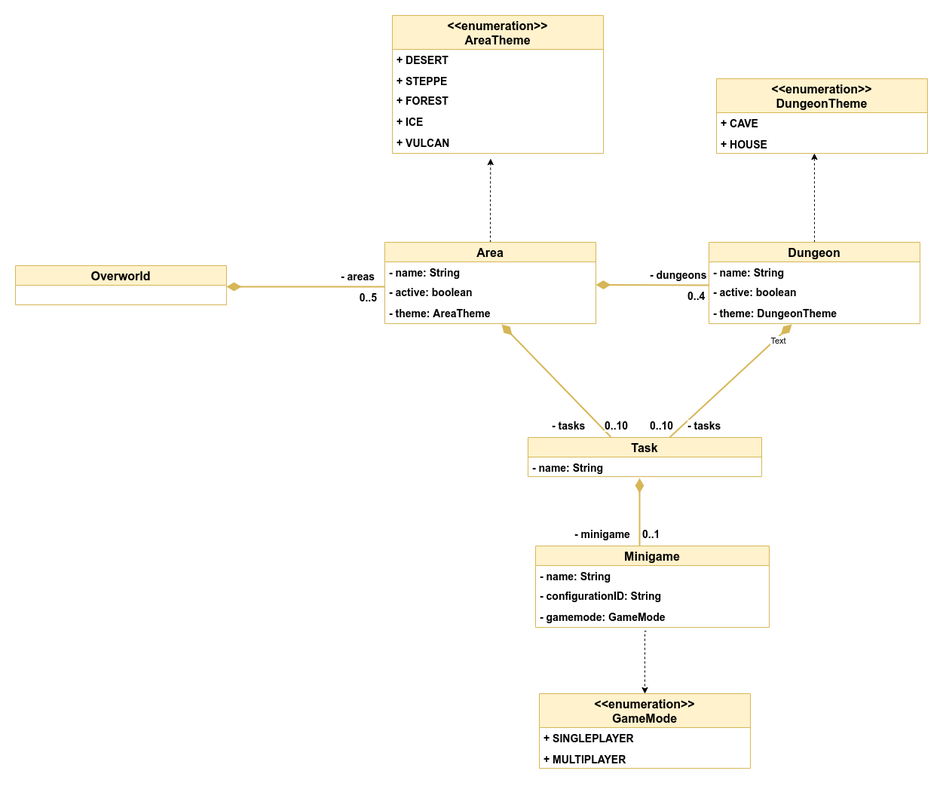
Before: dev-manuals/services/overworld/class-diagram/overworld-class-diagram.png, a diagram exported from draw.io (Gamify-IT/docs). Source tidied: cells renumbered, new cells last; positions are measured from the earlier drawing's top-left corner, leaving out a move shared by most shapes.
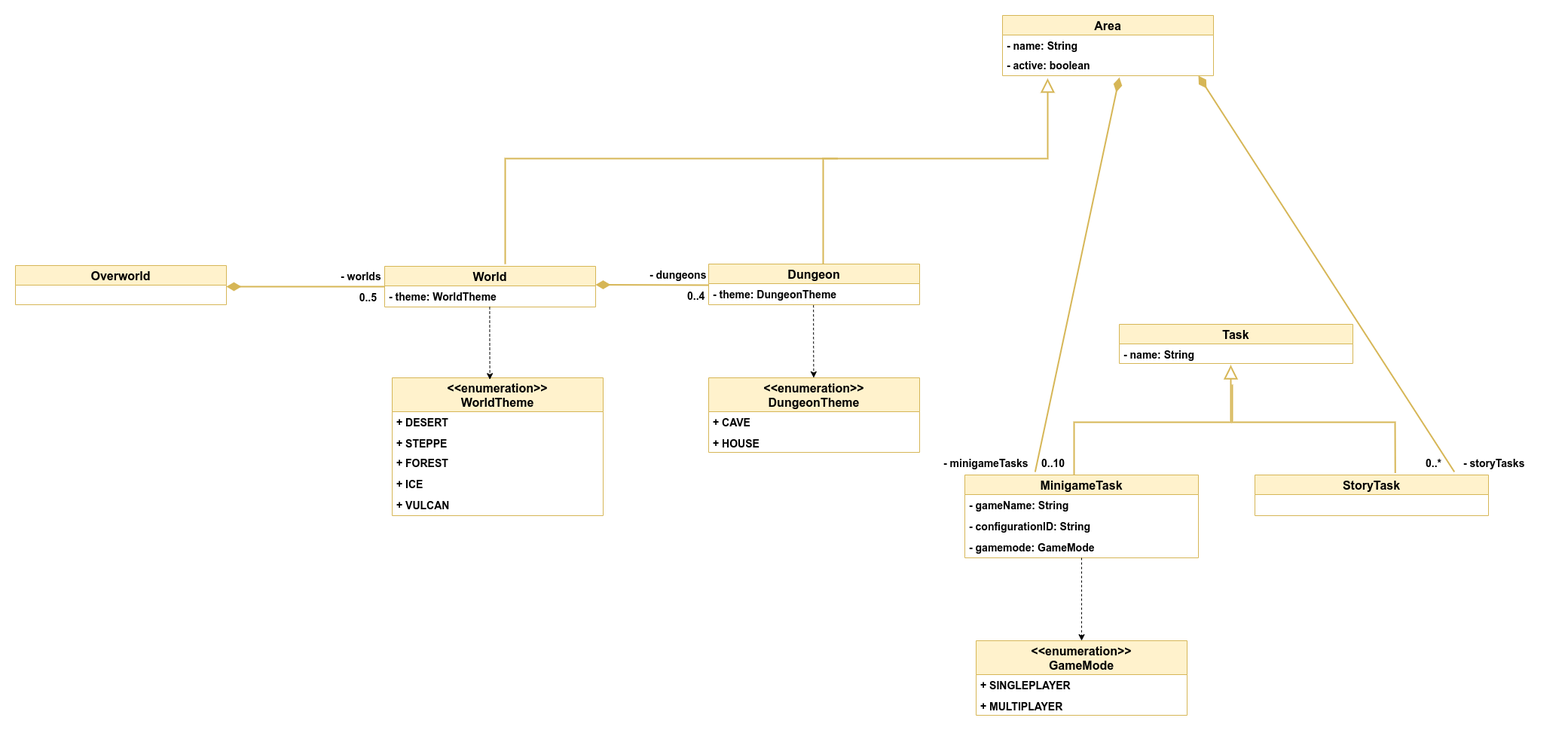
The same diagram one commit later.

Commit message:
changed to uwe's feedback

Diff of the diagram source:
```diff
@@ -7,18 +7,7 @@
     </mxCell>
-    <mxCell id="3" style="edgeStyle=orthogonalEdgeStyle;rounded=0;jettySize=auto;html=1;exitX=0.5;exitY=0;exitDx=0;exitDy=0;dashed=1;" parent="1" edge="1" source="4">
-      <mxGeometry relative="1" as="geometry">
-        <mxPoint x="630.3" y="190" as="targetPoint" />
-      </mxGeometry>
-    </mxCell>
-    <mxCell id="4" value="Area" style="swimlane;fontStyle=1;horizontal=1;startSize=26;fillColor=#fff2cc;strokeColor=#d6b656;fontSize=16;" parent="1" vertex="1">
-      <mxGeometry x="490" y="301" width="280" height="108" as="geometry" />
+    <mxCell id="4" value="World" style="swimlane;fontStyle=1;horizontal=1;startSize=26;fillColor=#fff2cc;strokeColor=#d6b656;fontSize=16;" parent="1" vertex="1">
+      <mxGeometry x="490" y="333" width="280" height="54" as="geometry" />
     </mxCell>
-    <mxCell id="5" value="- name: String " style="text;strokeColor=none;fillColor=none;align=left;verticalAlign=top;spacingLeft=4;spacingRight=4;overflow=hidden;fontStyle=1;fontSize=14;" parent="4" vertex="1">
-      <mxGeometry y="26" width="280" height="26" as="geometry" />
-    </mxCell>
-    <mxCell id="6" value="- active: boolean" style="text;strokeColor=none;fillColor=none;align=left;verticalAlign=top;spacingLeft=4;spacingRight=4;overflow=hidden;fontStyle=1;fontSize=14;" parent="4" vertex="1">
-      <mxGeometry y="52" width="280" height="28" as="geometry" />
-    </mxCell>
-    <mxCell id="7" value="- theme: AreaTheme" style="text;strokeColor=none;fillColor=none;align=left;verticalAlign=top;spacingLeft=4;spacingRight=4;overflow=hidden;points=[[0,0.5],[1,0.5]];portConstraint=eastwest;fontStyle=1;fontSize=14;" parent="4" vertex="1">
-      <mxGeometry y="80" width="280" height="28" as="geometry" />
+    <mxCell id="7" value="- theme: WorldTheme" style="text;strokeColor=none;fillColor=none;align=left;verticalAlign=top;spacingLeft=4;spacingRight=4;overflow=hidden;points=[[0,0.5],[1,0.5]];portConstraint=eastwest;fontStyle=1;fontSize=14;" parent="4" vertex="1">
+      <mxGeometry y="26" width="280" height="28" as="geometry" />
     </mxCell>
@@ -36,16 +25,7 @@
     </mxCell>
-    <mxCell id="10" style="edgeStyle=orthogonalEdgeStyle;rounded=0;jettySize=auto;html=1;dashed=1;entryX=0.464;entryY=1;entryDx=0;entryDy=0;entryPerimeter=0;" parent="1" edge="1" source="11" target="44">
-      <mxGeometry relative="1" as="geometry" />
-    </mxCell>
     <mxCell id="11" value="Dungeon" style="swimlane;fontStyle=1;horizontal=1;startSize=26;fillColor=#fff2cc;strokeColor=#d6b656;fontSize=16;" parent="1" vertex="1">
-      <mxGeometry x="920" y="301" width="280" height="108" as="geometry" />
+      <mxGeometry x="920" y="330" width="280" height="54" as="geometry" />
     </mxCell>
-    <mxCell id="12" value="- name: String " style="text;strokeColor=none;fillColor=none;align=left;verticalAlign=top;spacingLeft=4;spacingRight=4;overflow=hidden;fontStyle=1;fontSize=14;" parent="11" vertex="1">
-      <mxGeometry y="26" width="280" height="26" as="geometry" />
-    </mxCell>
-    <mxCell id="13" value="- active: boolean" style="text;strokeColor=none;fillColor=none;align=left;verticalAlign=top;spacingLeft=4;spacingRight=4;overflow=hidden;fontStyle=1;fontSize=14;" parent="11" vertex="1">
-      <mxGeometry y="52" width="280" height="28" as="geometry" />
-    </mxCell>
     <mxCell id="14" value="- theme: DungeonTheme" style="text;strokeColor=none;fillColor=none;align=left;verticalAlign=top;spacingLeft=4;spacingRight=4;overflow=hidden;points=[[0,0.5],[1,0.5]];portConstraint=eastwest;fontStyle=1;fontSize=14;" parent="11" vertex="1">
-      <mxGeometry y="80" width="280" height="28" as="geometry" />
+      <mxGeometry y="26" width="280" height="28" as="geometry" />
     </mxCell>
@@ -65,3 +45,3 @@
     </mxCell>
-    <mxCell id="18" value="&lt;div style=&quot;text-align: right&quot;&gt;&lt;font face=&quot;helvetica&quot;&gt;&lt;span style=&quot;font-size: 14px ; background-color: rgb(255 , 255 , 255)&quot;&gt;&lt;b&gt;- areas&lt;/b&gt;&lt;/span&gt;&lt;/font&gt;&lt;/div&gt;" style="text;whiteSpace=wrap;html=1;" parent="1" vertex="1">
+    <mxCell id="18" value="&lt;div style=&quot;text-align: right&quot;&gt;&lt;font face=&quot;helvetica&quot;&gt;&lt;span style=&quot;font-size: 14px ; background-color: rgb(255 , 255 , 255)&quot;&gt;&lt;b&gt;- worlds&lt;/b&gt;&lt;/span&gt;&lt;/font&gt;&lt;/div&gt;" style="text;whiteSpace=wrap;html=1;" parent="1" vertex="1">
       <mxGeometry x="430" y="332" width="120" height="30" as="geometry" />
@@ -72,3 +52,3 @@
     <mxCell id="20" value="Task" style="swimlane;fontStyle=1;horizontal=1;startSize=26;fillColor=#fff2cc;strokeColor=#d6b656;fontSize=16;" parent="1" vertex="1">
-      <mxGeometry x="680" y="560" width="310" height="52" as="geometry" />
+      <mxGeometry x="1465" y="410" width="310" height="52" as="geometry" />
     </mxCell>
@@ -77,51 +57,34 @@
     </mxCell>
-    <mxCell id="22" style="endArrow=none;html=1;endSize=12;startArrow=diamondThin;startSize=14;startFill=1;strokeWidth=2;fontSize=14;fillColor=#fff2cc;strokeColor=#d6b656;endFill=0;fontStyle=1;rounded=0;entryX=0.354;entryY=-0.015;entryDx=0;entryDy=0;exitX=0.554;exitY=1.036;exitDx=0;exitDy=0;exitPerimeter=0;entryPerimeter=0;" parent="1" edge="1" source="7" target="20">
+    <mxCell id="22" style="endArrow=none;html=1;endSize=12;startArrow=diamondThin;startSize=14;startFill=1;strokeWidth=2;fontSize=14;fillColor=#fff2cc;strokeColor=#d6b656;endFill=0;fontStyle=1;rounded=0;exitX=0.554;exitY=1.084;exitDx=0;exitDy=0;exitPerimeter=0;entryX=0.301;entryY=-0.037;entryDx=0;entryDy=0;entryPerimeter=0;" parent="1" edge="1" source="52" target="28">
       <mxGeometry relative="1" as="geometry" />
     </mxCell>
-    <mxCell id="23" style="endArrow=none;html=1;endSize=12;startArrow=diamondThin;startSize=14;startFill=1;strokeWidth=2;fontSize=14;fillColor=#fff2cc;strokeColor=#d6b656;endFill=0;fontStyle=1;rounded=0;entryX=0.607;entryY=-0.007;entryDx=0;entryDy=0;entryPerimeter=0;" parent="1" edge="1" target="20">
-      <mxGeometry relative="1" as="geometry">
-        <mxPoint x="1030" y="410" as="sourcePoint" />
-      </mxGeometry>
-    </mxCell>
-    <mxCell id="24" value="Text" style="edgeLabel;html=1;align=center;verticalAlign=middle;" parent="23" vertex="1">
-      <mxGeometry x="-0.74" y="3" relative="1" as="geometry" />
-    </mxCell>
-    <mxCell id="25" value="&lt;span style=&quot;color: rgb(0 , 0 , 0) ; font-family: &amp;#34;helvetica&amp;#34; ; font-size: 14px ; font-style: normal ; font-weight: 700 ; letter-spacing: normal ; text-align: right ; text-indent: 0px ; text-transform: none ; word-spacing: 0px ; background-color: rgb(255 , 255 , 255) ; display: inline ; float: none&quot;&gt;- tasks&lt;/span&gt;" style="text;whiteSpace=wrap;html=1;" parent="1" vertex="1">
-      <mxGeometry x="710" y="530" width="120" height="30" as="geometry" />
+    <mxCell id="25" value="&lt;span style=&quot;color: rgb(0 , 0 , 0) ; font-family: &amp;#34;helvetica&amp;#34; ; font-size: 14px ; font-style: normal ; font-weight: 700 ; letter-spacing: normal ; text-align: right ; text-indent: 0px ; text-transform: none ; word-spacing: 0px ; background-color: rgb(255 , 255 , 255) ; display: inline ; float: none&quot;&gt;- minigameTasks&lt;/span&gt;" style="text;whiteSpace=wrap;html=1;" parent="1" vertex="1">
+      <mxGeometry x="1230" y="580" width="120" height="30" as="geometry" />
     </mxCell>
-    <mxCell id="26" value="0..10" style="html=1;align=left;verticalAlign=top;labelBackgroundColor=#ffffff;fontSize=14;fontStyle=1;" parent="1" vertex="1">
-      <mxGeometry x="780" y="530" as="geometry" />
-    </mxCell>
     <mxCell id="27" value="0..10" style="html=1;align=left;verticalAlign=top;labelBackgroundColor=#ffffff;fontSize=14;fontStyle=1;" parent="1" vertex="1">
-      <mxGeometry x="840" y="530" as="geometry" />
+      <mxGeometry x="1360" y="580" as="geometry" />
     </mxCell>
-    <mxCell id="28" value="Minigame" style="swimlane;fontStyle=1;horizontal=1;startSize=26;fillColor=#fff2cc;strokeColor=#d6b656;fontSize=16;" parent="1" vertex="1">
-      <mxGeometry x="690" y="704" width="310" height="108" as="geometry" />
+    <mxCell id="28" value="MinigameTask" style="swimlane;fontStyle=1;horizontal=1;startSize=26;fillColor=#fff2cc;strokeColor=#d6b656;fontSize=16;" parent="1" vertex="1">
+      <mxGeometry x="1260" y="610" width="310" height="110" as="geometry" />
     </mxCell>
-    <mxCell id="29" value="- name: String" style="text;strokeColor=none;fillColor=none;align=left;verticalAlign=top;spacingLeft=4;spacingRight=4;overflow=hidden;fontStyle=1;fontSize=14;" parent="28" vertex="1">
-      <mxGeometry y="26" width="310" height="26" as="geometry" />
-    </mxCell>
+    <mxCell id="49" value="- gameName: String" style="text;strokeColor=none;fillColor=none;align=left;verticalAlign=top;spacingLeft=4;spacingRight=4;overflow=hidden;fontStyle=1;fontSize=14;" parent="28" vertex="1">
+      <mxGeometry y="26" width="310" height="28" as="geometry" />
+    </mxCell>
     <mxCell id="30" value="- configurationID: String" style="text;strokeColor=none;fillColor=none;align=left;verticalAlign=top;spacingLeft=4;spacingRight=4;overflow=hidden;fontStyle=1;fontSize=14;" parent="28" vertex="1">
-      <mxGeometry y="52" width="310" height="28" as="geometry" />
+      <mxGeometry y="54" width="310" height="28" as="geometry" />
     </mxCell>
     <mxCell id="31" value="- gamemode: GameMode" style="text;strokeColor=none;fillColor=none;align=left;verticalAlign=top;spacingLeft=4;spacingRight=4;overflow=hidden;points=[[0,0.5],[1,0.5]];portConstraint=eastwest;fontStyle=1;fontSize=14;" parent="28" vertex="1">
-      <mxGeometry y="80" width="310" height="28" as="geometry" />
+      <mxGeometry y="82" width="310" height="28" as="geometry" />
     </mxCell>
-    <mxCell id="32" style="endArrow=none;html=1;endSize=12;startArrow=diamondThin;startSize=14;startFill=1;strokeWidth=2;fontSize=14;fillColor=#fff2cc;strokeColor=#d6b656;endFill=0;fontStyle=1;rounded=0;entryX=0.607;entryY=-0.007;entryDx=0;entryDy=0;entryPerimeter=0;" parent="1" edge="1">
+    <mxCell id="32" style="endArrow=none;html=1;endSize=12;startArrow=block;startSize=14;startFill=0;strokeWidth=2;fontSize=14;fillColor=#fff2cc;strokeColor=#d6b656;endFill=0;fontStyle=1;rounded=0;entryX=0.468;entryY=0;entryDx=0;entryDy=0;entryPerimeter=0;" parent="1" edge="1" target="28">
       <mxGeometry relative="1" as="geometry">
-        <mxPoint x="828" y="614" as="sourcePoint" />
-        <mxPoint x="828" y="704" as="targetPoint" />
+        <mxPoint x="1613" y="464" as="sourcePoint" />
+        <Array as="points">
+          <mxPoint x="1613" y="540" />
+          <mxPoint x="1405" y="540" />
+        </Array>
       </mxGeometry>
     </mxCell>
-    <mxCell id="33" value="0..1" style="html=1;align=left;verticalAlign=top;labelBackgroundColor=#ffffff;fontSize=14;fontStyle=1;" parent="1" vertex="1">
-      <mxGeometry x="830" y="674" as="geometry" />
-    </mxCell>
-    <mxCell id="34" value="&lt;span style=&quot;color: rgb(0 , 0 , 0) ; font-family: &amp;#34;helvetica&amp;#34; ; font-size: 14px ; font-style: normal ; font-weight: 700 ; letter-spacing: normal ; text-align: right ; text-indent: 0px ; text-transform: none ; word-spacing: 0px ; background-color: rgb(255 , 255 , 255) ; display: inline ; float: none&quot;&gt;- minigame&lt;/span&gt;" style="text;whiteSpace=wrap;html=1;" parent="1" vertex="1">
-      <mxGeometry x="740" y="674" width="80" height="30" as="geometry" />
-    </mxCell>
-    <mxCell id="35" value="&lt;meta charset=&quot;utf-8&quot;&gt;&lt;span style=&quot;color: rgb(0, 0, 0); font-family: helvetica; font-size: 14px; font-style: normal; font-weight: 700; letter-spacing: normal; text-align: right; text-indent: 0px; text-transform: none; word-spacing: 0px; background-color: rgb(255, 255, 255); display: inline; float: none;&quot;&gt;- tasks&lt;/span&gt;" style="text;whiteSpace=wrap;html=1;" parent="1" vertex="1">
-      <mxGeometry x="890" y="530" width="70" height="30" as="geometry" />
-    </mxCell>
-    <mxCell id="36" value="&lt;&lt;enumeration&gt;&gt;&#10;AreaTheme" style="swimlane;fontStyle=1;horizontal=1;startSize=45;fillColor=#fff2cc;strokeColor=#d6b656;fontSize=16;strokeWidth=1;fixDash=0;arcSize=15;" parent="1" vertex="1">
-      <mxGeometry x="500" width="280" height="183" as="geometry" />
+    <mxCell id="36" value="&lt;&lt;enumeration&gt;&gt;&#10;WorldTheme" style="swimlane;fontStyle=1;horizontal=1;startSize=45;fillColor=#fff2cc;strokeColor=#d6b656;fontSize=16;strokeWidth=1;fixDash=0;arcSize=15;" parent="1" vertex="1">
+      <mxGeometry x="500" y="481" width="280" height="183" as="geometry" />
     </mxCell>
@@ -143,3 +106,3 @@
     <mxCell id="42" value="&lt;&lt;enumeration&gt;&gt;&#10;DungeonTheme" style="swimlane;fontStyle=1;horizontal=1;startSize=45;fillColor=#fff2cc;strokeColor=#d6b656;fontSize=16;strokeWidth=1;fixDash=0;arcSize=15;" parent="1" vertex="1">
-      <mxGeometry x="930" y="84" width="280" height="99" as="geometry" />
+      <mxGeometry x="920" y="481" width="280" height="99" as="geometry" />
     </mxCell>
@@ -152,3 +115,3 @@
     <mxCell id="45" value="&lt;&lt;enumeration&gt;&gt;&#10;GameMode" style="swimlane;fontStyle=1;horizontal=1;startSize=45;fillColor=#fff2cc;strokeColor=#d6b656;fontSize=16;strokeWidth=1;fixDash=0;arcSize=15;" parent="1" vertex="1">
-      <mxGeometry x="695" y="900" width="280" height="99" as="geometry" />
+      <mxGeometry x="1275" y="830" width="280" height="99" as="geometry" />
     </mxCell>
@@ -160,6 +123,8 @@
     </mxCell>
-    <mxCell id="48" style="edgeStyle=orthogonalEdgeStyle;rounded=0;jettySize=auto;html=1;dashed=1;entryX=0.5;entryY=0;entryDx=0;entryDy=0;exitX=0.474;exitY=1.179;exitDx=0;exitDy=0;exitPerimeter=0;" parent="1" edge="1" source="31" target="45">
+    <mxCell id="48" style="edgeStyle=orthogonalEdgeStyle;rounded=0;jettySize=auto;html=1;dashed=1;entryX=0.5;entryY=0;entryDx=0;entryDy=0;" parent="1" edge="1" target="45">
       <mxGeometry relative="1" as="geometry">
+        <mxPoint x="1415" y="720" as="sourcePoint" />
         <Array as="points">
-          <mxPoint x="835" y="817" />
+          <mxPoint x="1415" y="720" />
+          <mxPoint x="1415" y="720" />
         </Array>
@@ -167,2 +132,67 @@
     </mxCell>
+    <mxCell id="50" value="Area" style="swimlane;fontStyle=1;horizontal=1;startSize=26;fillColor=#fff2cc;strokeColor=#d6b656;fontSize=16;" parent="1" vertex="1">
+      <mxGeometry x="1310" width="280" height="80" as="geometry" />
+    </mxCell>
+    <mxCell id="51" value="- name: String " style="text;strokeColor=none;fillColor=none;align=left;verticalAlign=top;spacingLeft=4;spacingRight=4;overflow=hidden;fontStyle=1;fontSize=14;" parent="50" vertex="1">
+      <mxGeometry y="26" width="280" height="26" as="geometry" />
+    </mxCell>
+    <mxCell id="52" value="- active: boolean" style="text;strokeColor=none;fillColor=none;align=left;verticalAlign=top;spacingLeft=4;spacingRight=4;overflow=hidden;points=[[0,0.5],[1,0.5]];portConstraint=eastwest;fontStyle=1;fontSize=14;" parent="50" vertex="1">
+      <mxGeometry y="52" width="280" height="28" as="geometry" />
+    </mxCell>
+    <mxCell id="53" value="StoryTask" style="swimlane;fontStyle=1;horizontal=1;startSize=26;fillColor=#fff2cc;strokeColor=#d6b656;fontSize=16;" parent="1" vertex="1">
+      <mxGeometry x="1645" y="610" width="310" height="54" as="geometry" />
+    </mxCell>
+    <mxCell id="54" style="endArrow=none;html=1;endSize=12;startArrow=none;startSize=14;startFill=0;strokeWidth=2;fontSize=14;fillColor=#fff2cc;strokeColor=#d6b656;endFill=0;fontStyle=1;rounded=0;entryX=0.601;entryY=-0.044;entryDx=0;entryDy=0;entryPerimeter=0;" parent="1" edge="1" target="53">
+      <mxGeometry relative="1" as="geometry">
+        <mxPoint x="1615" y="490" as="sourcePoint" />
+        <Array as="points">
+          <mxPoint x="1615" y="540" />
+          <mxPoint x="1831" y="540" />
+        </Array>
+      </mxGeometry>
+    </mxCell>
+    <mxCell id="55" style="endArrow=none;html=1;endSize=12;startArrow=block;startSize=14;startFill=0;strokeWidth=2;fontSize=14;fillColor=#fff2cc;strokeColor=#d6b656;endFill=0;fontStyle=1;rounded=0;entryX=0.543;entryY=0;entryDx=0;entryDy=0;entryPerimeter=0;exitX=0.214;exitY=1.126;exitDx=0;exitDy=0;exitPerimeter=0;" parent="1" edge="1" source="52" target="11">
+      <mxGeometry relative="1" as="geometry">
+        <Array as="points">
+          <mxPoint x="1370" y="190" />
+          <mxPoint x="1072" y="190" />
+        </Array>
+      </mxGeometry>
+    </mxCell>
+    <mxCell id="56" style="endArrow=none;html=1;endSize=12;startArrow=none;startSize=14;startFill=0;strokeWidth=2;fontSize=14;fillColor=#fff2cc;strokeColor=#d6b656;endFill=0;fontStyle=1;rounded=0;entryX=0.543;entryY=0;entryDx=0;entryDy=0;entryPerimeter=0;" parent="1" edge="1">
+      <mxGeometry relative="1" as="geometry">
+        <mxPoint x="1091" y="190" as="sourcePoint" />
+        <mxPoint x="650" y="330" as="targetPoint" />
+        <Array as="points">
+          <mxPoint x="806" y="190" />
+          <mxPoint x="650" y="190" />
+        </Array>
+      </mxGeometry>
+    </mxCell>
+    <mxCell id="57" style="edgeStyle=orthogonalEdgeStyle;rounded=0;jettySize=auto;html=1;dashed=1;entryX=0.5;entryY=0;entryDx=0;entryDy=0;exitX=0.497;exitY=1.025;exitDx=0;exitDy=0;exitPerimeter=0;" parent="1" edge="1" source="14">
+      <mxGeometry relative="1" as="geometry">
+        <mxPoint x="1059.4" y="481" as="targetPoint" />
+      </mxGeometry>
+    </mxCell>
+    <mxCell id="58" style="edgeStyle=orthogonalEdgeStyle;rounded=0;orthogonalLoop=1;jettySize=auto;html=1;dashed=1;entryX=0.5;entryY=0;entryDx=0;entryDy=0;exitX=0.497;exitY=1.025;exitDx=0;exitDy=0;exitPerimeter=0;" parent="1" edge="1">
+      <mxGeometry relative="1" as="geometry">
+        <mxPoint x="629.4" y="387" as="sourcePoint" />
+        <mxPoint x="629.7" y="483.3" as="targetPoint" />
+        <Array as="points">
+          <mxPoint x="629.2" y="422.3" />
+          <mxPoint x="629.2" y="422.3" />
+        </Array>
+      </mxGeometry>
+    </mxCell>
+    <mxCell id="59" value="0..*" style="html=1;align=left;verticalAlign=top;labelBackgroundColor=#ffffff;fontSize=14;fontStyle=1;" parent="1" vertex="1">
+      <mxGeometry x="1870" y="580" as="geometry" />
+    </mxCell>
+    <mxCell id="60" value="&lt;span style=&quot;color: rgb(0 , 0 , 0) ; font-family: &amp;#34;helvetica&amp;#34; ; font-size: 14px ; font-style: normal ; font-weight: 700 ; letter-spacing: normal ; text-align: right ; text-indent: 0px ; text-transform: none ; word-spacing: 0px ; background-color: rgb(255 , 255 , 255) ; display: inline ; float: none&quot;&gt;- storyTasks&lt;/span&gt;" style="text;whiteSpace=wrap;html=1;" parent="1" vertex="1">
+      <mxGeometry x="1920" y="580" width="120" height="30" as="geometry" />
+    </mxCell>
+    <mxCell id="61" style="endArrow=none;html=1;endSize=12;startArrow=diamondThin;startSize=14;startFill=1;strokeWidth=2;fontSize=14;fillColor=#fff2cc;strokeColor=#d6b656;endFill=0;fontStyle=1;rounded=0;exitX=0.84;exitY=1.042;exitDx=0;exitDy=0;exitPerimeter=0;entryX=0.854;entryY=-0.076;entryDx=0;entryDy=0;entryPerimeter=0;" parent="1" edge="1" target="53">
+      <mxGeometry relative="1" as="geometry">
+        <mxPoint x="1570" y="80" as="sourcePoint" />
+      </mxGeometry>
+    </mxCell>
   </root>
```
